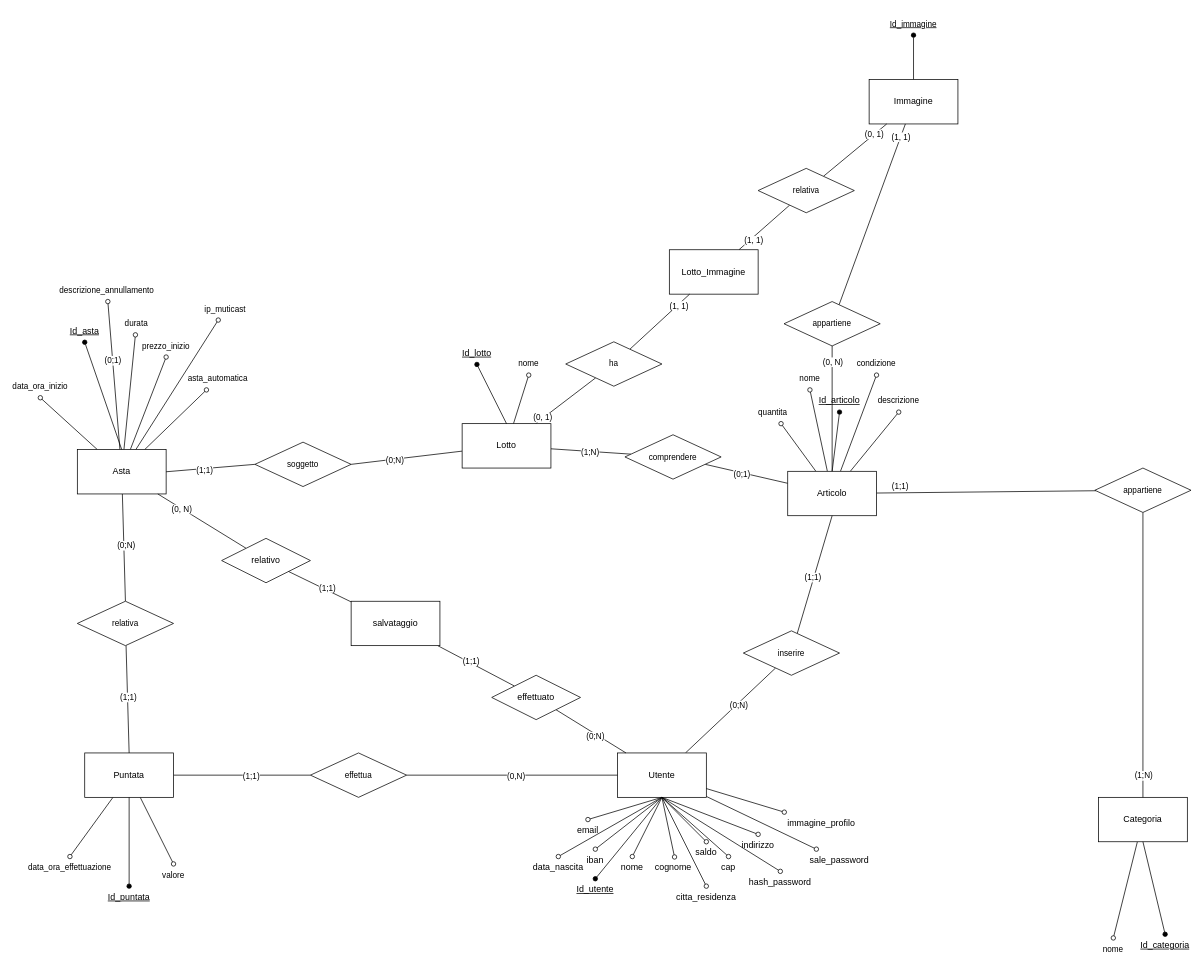
Earlier version of the draw.io diagram documenti/Schema_ER.drawio (Chaos-Rat/GAO). Source tidied: cells renumbered, new cells numbered last; positions are measured from the earlier drawing's top-left corner, leaving out a move shared by most shapes. Both pictures are drawn from the tidied source at 74%, with x=0, y=0 at pixel (18, 13).
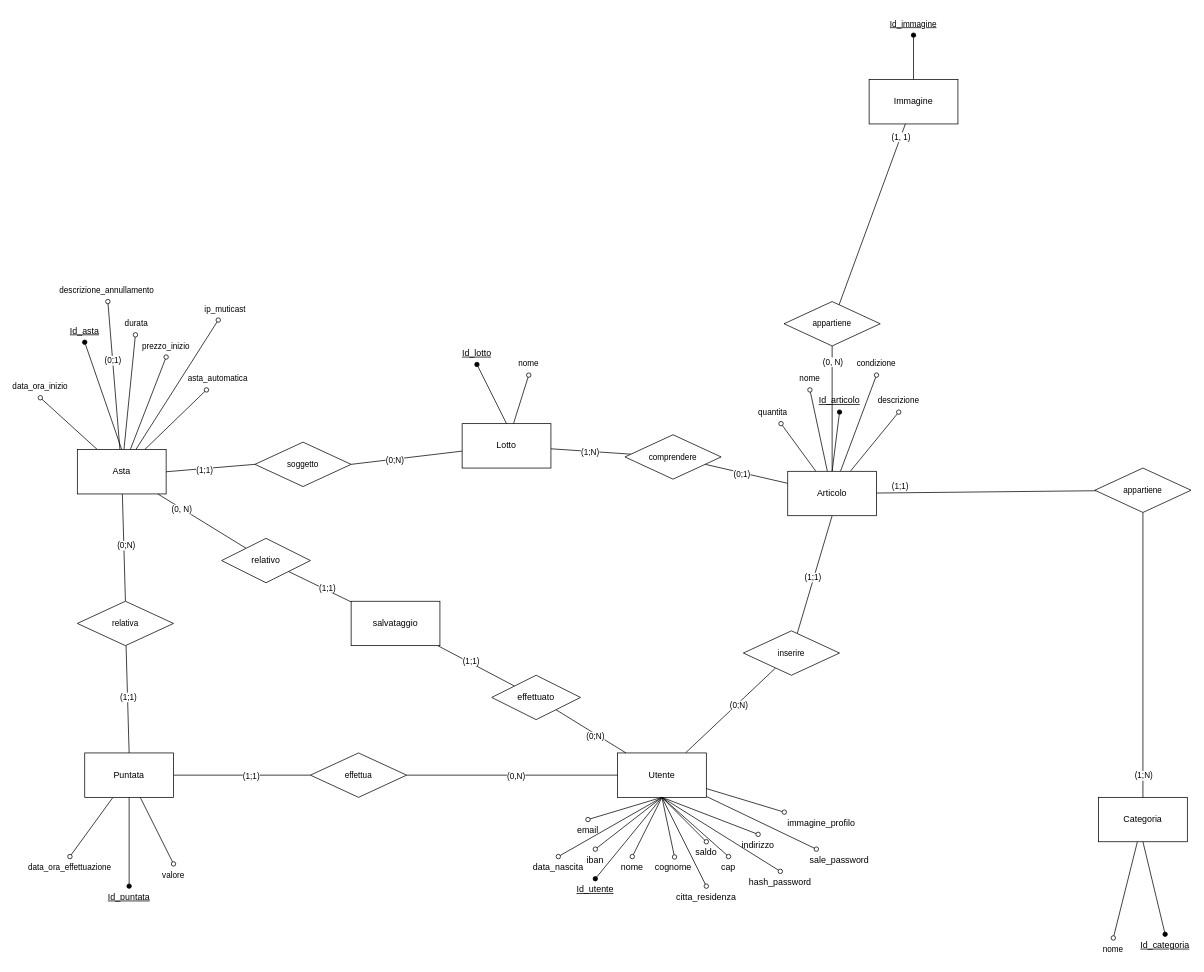
After the change.

Commit message (it also covers changes not shown here):
Rimosso immagine principale lotto

The change refers to these unchanged cells:
```xml
<mxCell id="14" value="Lotto" style="rounded=0;whiteSpace=wrap;html=1;" parent="1" vertex="1">
  <mxGeometry x="600" y="555" width="120" height="60" as="geometry" />
</mxCell>
<mxCell id="115" value="Immagine" style="rounded=0;whiteSpace=wrap;html=1;" parent="1" vertex="1">
  <mxGeometry x="1150" y="90" width="120" height="60" as="geometry" />
</mxCell>
```

Change to the diagram source:
```diff
@@
-    <mxCell id="12" style="rounded=0;jettySize=auto;html=1;endArrow=none;endFill=0;" parent="1" edge="1" source="14" target="130">
-      <mxGeometry relative="1" as="geometry" />
-    </mxCell>
-    <mxCell id="13" value="(0, 1)" style="edgeLabel;html=1;align=center;verticalAlign=middle;" parent="12" vertex="1">
-      <mxGeometry x="-0.7" y="-1" relative="1" as="geometry">
-        <mxPoint x="-3" as="offset" />
-      </mxGeometry>
-    </mxCell>
@@
-    <mxCell id="119" style="rounded=0;jettySize=auto;html=1;endArrow=none;endFill=0;" parent="1" edge="1" source="131" target="115">
-      <mxGeometry relative="1" as="geometry" />
-    </mxCell>
-    <mxCell id="120" value="(0, 1)" style="edgeLabel;html=1;align=center;verticalAlign=middle;" parent="119" vertex="1">
-      <mxGeometry x="0.61" y="1" relative="1" as="geometry" />
-    </mxCell>
@@
-    <mxCell id="125" style="rounded=0;jettySize=auto;html=1;endArrow=none;endFill=0;" parent="1" edge="1" source="127" target="131">
-      <mxGeometry relative="1" as="geometry" />
-    </mxCell>
-    <mxCell id="126" value="(1, 1)" style="edgeLabel;html=1;align=center;verticalAlign=middle;" parent="125" vertex="1">
-      <mxGeometry x="-0.5" y="-4" relative="1" as="geometry" />
-    </mxCell>
-    <mxCell id="127" value="Lotto_Immagine" style="rounded=0;whiteSpace=wrap;html=1;" parent="1" vertex="1">
-      <mxGeometry x="880" y="320" width="120" height="60" as="geometry" />
-    </mxCell>
-    <mxCell id="128" style="rounded=0;jettySize=auto;html=1;endArrow=none;endFill=0;" parent="1" edge="1" source="130" target="127">
-      <mxGeometry relative="1" as="geometry" />
-    </mxCell>
-    <mxCell id="129" value="(1, 1)" style="edgeLabel;html=1;align=center;verticalAlign=middle;" parent="128" vertex="1">
-      <mxGeometry x="0.6" y="-1" relative="1" as="geometry" />
-    </mxCell>
-    <mxCell id="130" value="ha" style="rhombus;whiteSpace=wrap;html=1;fontFamily=Helvetica;fontSize=11;fontColor=default;labelBackgroundColor=default;" parent="1" vertex="1">
-      <mxGeometry x="740" y="444.4" width="130" height="60" as="geometry" />
-    </mxCell>
-    <mxCell id="131" value="relativa" style="rhombus;whiteSpace=wrap;html=1;fontFamily=Helvetica;fontSize=11;fontColor=default;labelBackgroundColor=default;" parent="1" vertex="1">
-      <mxGeometry x="1000" y="210" width="130" height="60" as="geometry" />
-    </mxCell>
```
